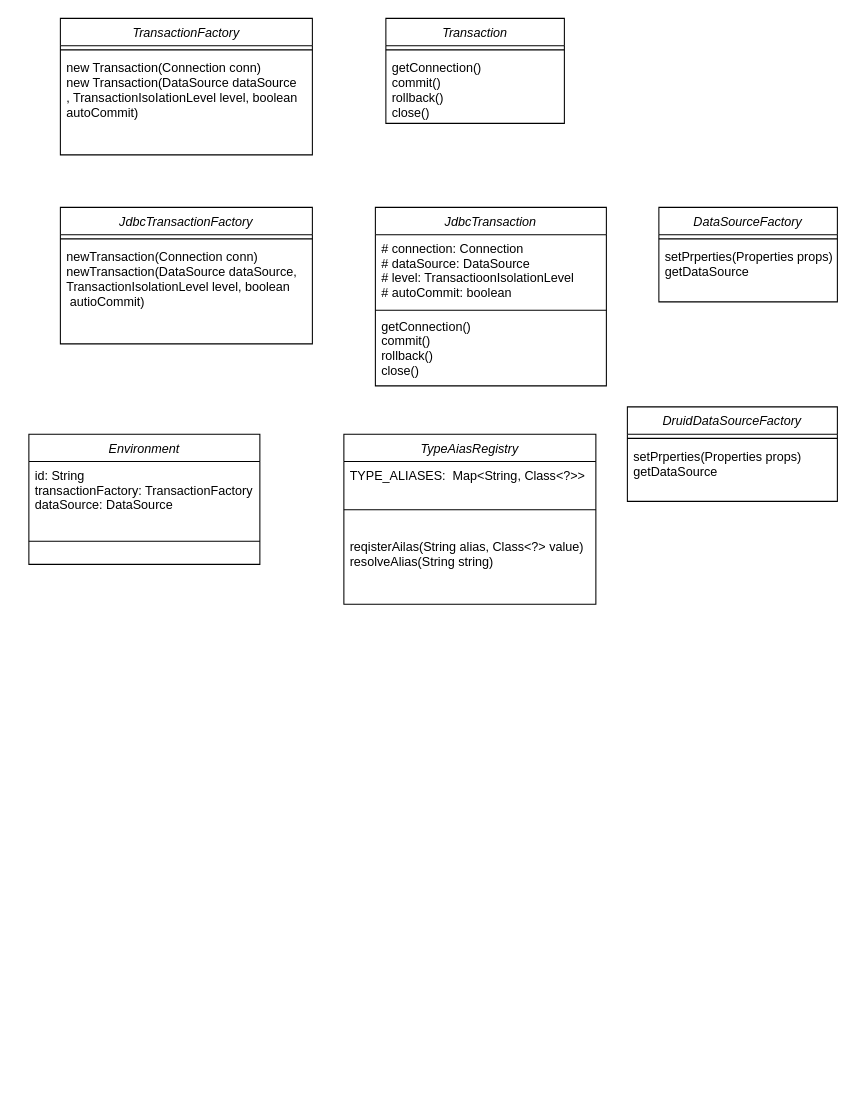
Above: 未命名绘图.drawio in weixiaojian/draw-io-lib (draw.io), before the change. Source tidied: cells renumbered, new cells numbered last; positions are measured from the earlier drawing's top-left corner, leaving out a move shared by most shapes. Both pictures are drawn from the tidied source at 105%, with x=0, y=0 at pixel (28, 18).
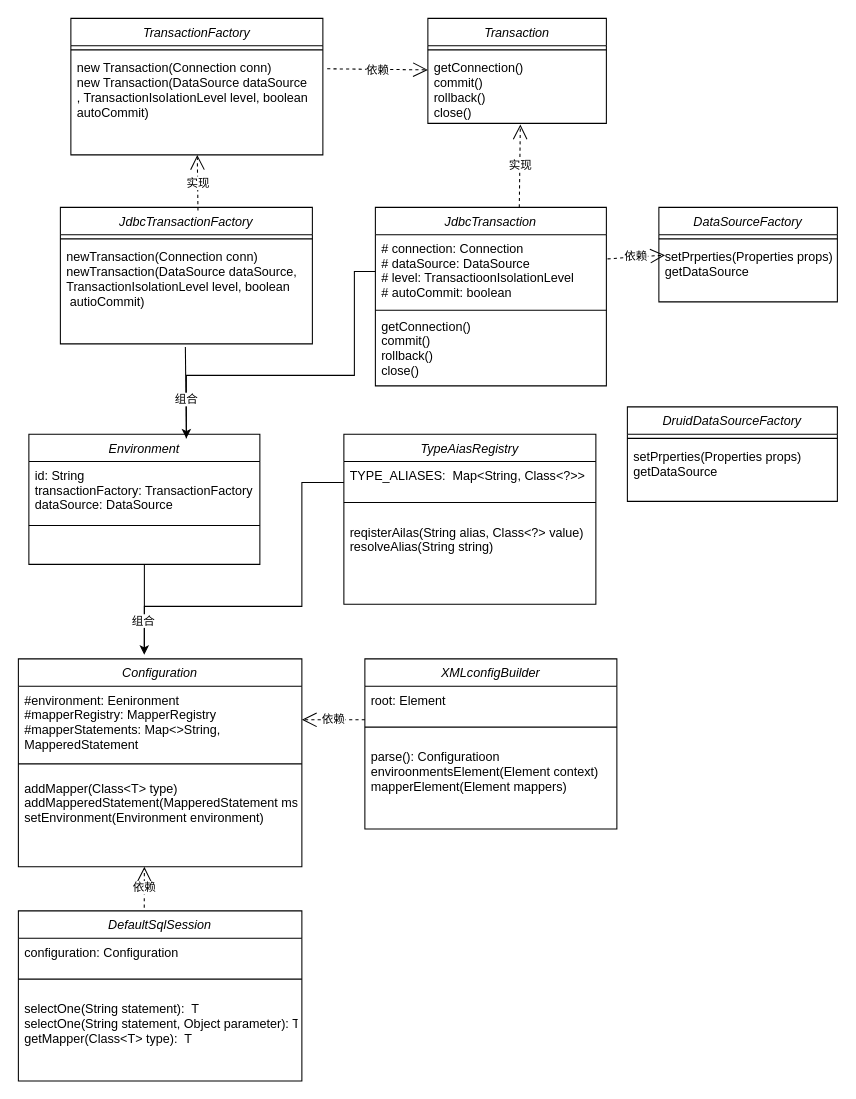
Above is the later version.

Commit message (it also covers changes not shown here):
更新未命名绘图.drawio

Unchanged cells that the change refers to:
```xml
<mxCell id="4" value="new Transaction(Connection conn)&#10;new Transaction(DataSource dataSource&#10;, TransactionIsoIationLevel level, boolean&#10;autoCommit)" style="text;align=left;verticalAlign=top;spacingLeft=4;spacingRight=4;overflow=hidden;points=[[0,0.5],[1,0.5]];portConstraint=eastwest;" parent="2" vertex="1">
  <mxGeometry y="34" width="240" height="96" as="geometry" />
</mxCell>
<mxCell id="7" value="getConnection()&#10;commit()&#10;rollback()&#10;close()&#10;" style="text;align=left;verticalAlign=top;spacingLeft=4;spacingRight=4;overflow=hidden;points=[[0,0.5],[1,0.5]];portConstraint=eastwest;" parent="5" vertex="1">
  <mxGeometry y="34" width="170" height="66" as="geometry" />
</mxCell>
<mxCell id="8" value="JdbcTransactionFactory" style="swimlane;fontStyle=2;align=center;verticalAlign=top;horizontal=1;startSize=26;rounded=0;shadow=0;strokeWidth=1;" parent="1" vertex="1">
  <mxGeometry x="30" y="180" width="240" height="130" as="geometry" />
</mxCell>
<mxCell id="10" value="newTransaction(Connection conn)&#10;newTransaction(DataSource dataSource,&#10;TransactionIsolationLevel level, boolean&#10; autioCommit)" style="text;align=left;verticalAlign=top;spacingLeft=4;spacingRight=4;overflow=hidden;points=[[0,0.5],[1,0.5]];portConstraint=eastwest;" parent="8" vertex="1">
  <mxGeometry y="34" width="240" height="96" as="geometry" />
</mxCell>
<mxCell id="11" value="JdbcTransaction" style="swimlane;fontStyle=2;align=center;verticalAlign=top;horizontal=1;startSize=26;rounded=0;shadow=0;strokeWidth=1;" parent="1" vertex="1">
  <mxGeometry x="330" y="180" width="220" height="170" as="geometry" />
</mxCell>
<mxCell id="12" value="# connection: Connection&#10;# dataSource: DataSource&#10;# level: TransactioonIsolationLevel&#10;# autoCommit: boolean" style="text;align=left;verticalAlign=top;spacingLeft=4;spacingRight=4;overflow=hidden;points=[[0,0.5],[1,0.5]];portConstraint=eastwest;" parent="11" vertex="1">
  <mxGeometry y="26" width="220" height="70" as="geometry" />
</mxCell>
<mxCell id="21" value="Environment" style="swimlane;fontStyle=2;align=center;verticalAlign=top;horizontal=1;startSize=26;rounded=0;shadow=0;strokeWidth=1;" parent="1" vertex="1">
  <mxGeometry y="396" width="220" height="124" as="geometry" />
</mxCell>
<mxCell id="24" value="TypeAiasRegistry" style="swimlane;fontStyle=2;align=center;verticalAlign=top;horizontal=1;startSize=26;rounded=0;shadow=0;strokeWidth=1;" parent="1" vertex="1">
  <mxGeometry x="300" y="396" width="240" height="162" as="geometry" />
</mxCell>
<mxCell id="25" value="TYPE_ALIASES:  Map&lt;String, Class&lt;?&gt;&gt;" style="text;align=left;verticalAlign=top;spacingLeft=4;spacingRight=4;overflow=hidden;points=[[0,0.5],[1,0.5]];portConstraint=eastwest;" parent="24" vertex="1">
  <mxGeometry y="26" width="240" height="24" as="geometry" />
</mxCell>
```

Change to the diagram source:
```diff
@@
     <mxCell id="2" value="TransactionFactory" style="swimlane;fontStyle=2;align=center;verticalAlign=top;horizontal=1;startSize=26;rounded=0;shadow=0;strokeWidth=1;" parent="1" vertex="1">
-      <mxGeometry x="30" width="240" height="130" as="geometry" />
+      <mxGeometry x="40" width="240" height="130" as="geometry" />
     </mxCell>
@@
     <mxCell id="5" value="Transaction" style="swimlane;fontStyle=2;align=center;verticalAlign=top;horizontal=1;startSize=26;rounded=0;shadow=0;strokeWidth=1;" parent="1" vertex="1">
-      <mxGeometry x="340" width="170" height="100" as="geometry" />
+      <mxGeometry x="380" width="170" height="100" as="geometry" />
     </mxCell>
@@
     <mxCell id="22" value="id: String&#10;transactionFactory: TransactionFactory&#10;dataSource: DataSource" style="text;align=left;verticalAlign=top;spacingLeft=4;spacingRight=4;overflow=hidden;" parent="21" vertex="1">
-      <mxGeometry y="26" width="220" height="54" as="geometry" />
+      <mxGeometry y="26" width="220" height="44" as="geometry" />
     </mxCell>
     <mxCell id="23" style="line;html=1;strokeWidth=1;align=left;verticalAlign=middle;spacingTop=-1;spacingLeft=3;spacingRight=3;labelPosition=right;" parent="21" vertex="1">
-      <mxGeometry y="80" width="220" height="44" as="geometry" />
+      <mxGeometry y="70" width="220" height="34" as="geometry" />
     </mxCell>
@@
     <mxCell id="26" style="line;html=1;strokeWidth=1;align=left;verticalAlign=middle;spacingTop=-1;spacingLeft=3;spacingRight=3;labelPosition=right;" parent="24" vertex="1">
-      <mxGeometry y="50" width="240" height="44" as="geometry" />
+      <mxGeometry y="50" width="240" height="30" as="geometry" />
     </mxCell>
     <mxCell id="27" value="reqisterAilas(String alias, Class&lt;?&gt; value)&#10;resolveAlias(String string)" style="text;align=left;verticalAlign=top;spacingLeft=4;spacingRight=4;overflow=hidden;" parent="24" vertex="1">
-      <mxGeometry y="94" width="240" height="46" as="geometry" />
+      <mxGeometry y="80" width="240" height="46" as="geometry" />
     </mxCell>
+    <mxCell id="28" value="Configuration" style="swimlane;fontStyle=2;align=center;verticalAlign=top;horizontal=1;startSize=26;rounded=0;shadow=0;strokeWidth=1;" parent="1" vertex="1">
+      <mxGeometry x="-10" y="610" width="270" height="198" as="geometry" />
+    </mxCell>
+    <mxCell id="29" value="#environment: Eenironment&#10;#mapperRegistry: MapperRegistry&#10;#mapperStatements: Map&lt;&gt;String, &#10;MapperedStatement" style="text;align=left;verticalAlign=top;spacingLeft=4;spacingRight=4;overflow=hidden;points=[[0,0.5],[1,0.5]];portConstraint=eastwest;" parent="28" vertex="1">
+      <mxGeometry y="26" width="270" height="64" as="geometry" />
+    </mxCell>
+    <mxCell id="30" style="line;html=1;strokeWidth=1;align=left;verticalAlign=middle;spacingTop=-1;spacingLeft=3;spacingRight=3;labelPosition=right;" parent="28" vertex="1">
+      <mxGeometry y="90" width="270" height="20" as="geometry" />
+    </mxCell>
+    <mxCell id="31" value="addMapper(Class&lt;T&gt; type)&#10;addMapperedStatement(MapperedStatement ms)&#10;setEnvironment(Environment environment)" style="text;align=left;verticalAlign=top;spacingLeft=4;spacingRight=4;overflow=hidden;" parent="28" vertex="1">
+      <mxGeometry y="110" width="270" height="64" as="geometry" />
+    </mxCell>
+    <mxCell id="32" value="XMLconfigBuilder" style="swimlane;fontStyle=2;align=center;verticalAlign=top;horizontal=1;startSize=26;rounded=0;shadow=0;strokeWidth=1;" parent="1" vertex="1">
+      <mxGeometry x="320" y="610" width="240" height="162" as="geometry" />
+    </mxCell>
+    <mxCell id="33" value="root: Element" style="text;align=left;verticalAlign=top;spacingLeft=4;spacingRight=4;overflow=hidden;" parent="32" vertex="1">
+      <mxGeometry y="26" width="240" height="24" as="geometry" />
+    </mxCell>
+    <mxCell id="34" style="line;html=1;strokeWidth=1;align=left;verticalAlign=middle;spacingTop=-1;spacingLeft=3;spacingRight=3;labelPosition=right;" parent="32" vertex="1">
+      <mxGeometry y="50" width="240" height="30" as="geometry" />
+    </mxCell>
+    <mxCell id="35" value="parse(): Configuratioon&#10;enviroonmentsElement(Element context)&#10;mapperElement(Element mappers)" style="text;align=left;verticalAlign=top;spacingLeft=4;spacingRight=4;overflow=hidden;" parent="32" vertex="1">
+      <mxGeometry y="80" width="240" height="60" as="geometry" />
+    </mxCell>
+    <mxCell id="36" value="DefaultSqlSession" style="swimlane;fontStyle=2;align=center;verticalAlign=top;horizontal=1;startSize=26;rounded=0;shadow=0;strokeWidth=1;" parent="1" vertex="1">
+      <mxGeometry x="-10" y="850" width="270" height="162" as="geometry" />
+    </mxCell>
+    <mxCell id="37" value="configuration: Configuration" style="text;align=left;verticalAlign=top;spacingLeft=4;spacingRight=4;overflow=hidden;" parent="36" vertex="1">
+      <mxGeometry y="26" width="270" height="24" as="geometry" />
+    </mxCell>
+    <mxCell id="38" style="line;html=1;strokeWidth=1;align=left;verticalAlign=middle;spacingTop=-1;spacingLeft=3;spacingRight=3;labelPosition=right;" parent="36" vertex="1">
+      <mxGeometry y="50" width="270" height="30" as="geometry" />
+    </mxCell>
+    <mxCell id="39" value="selectOne(String statement):  T&#10;selectOne(String statement, Object parameter): T&#10;getMapper(Class&lt;T&gt; type):  T" style="text;align=left;verticalAlign=top;spacingLeft=4;spacingRight=4;overflow=hidden;" parent="36" vertex="1">
+      <mxGeometry y="80" width="270" height="60" as="geometry" />
+    </mxCell>
+    <mxCell id="40" value="依赖" style="endArrow=open;endSize=12;dashed=1;html=1;rounded=0;exitX=1.017;exitY=0.146;exitDx=0;exitDy=0;exitPerimeter=0;" parent="1" edge="1" source="4" target="5">
+      <mxGeometry relative="1" as="geometry" />
+    </mxCell>
+    <mxCell id="41" value="实现" style="endArrow=open;endSize=12;dashed=1;html=1;rounded=0;exitX=0.623;exitY=0;exitDx=0;exitDy=0;exitPerimeter=0;entryX=0.518;entryY=1.015;entryDx=0;entryDy=0;entryPerimeter=0;" parent="1" edge="1" source="11" target="7">
+      <mxGeometry relative="1" as="geometry" />
+    </mxCell>
+    <mxCell id="42" value="实现" style="endArrow=open;endSize=12;dashed=1;html=1;rounded=0;exitX=0.546;exitY=0.023;exitDx=0;exitDy=0;exitPerimeter=0;entryX=0.518;entryY=1.015;entryDx=0;entryDy=0;entryPerimeter=0;" parent="1" edge="1" source="8">
+      <mxGeometry relative="1" as="geometry">
+        <mxPoint x="160.4" y="130" as="targetPoint" />
+      </mxGeometry>
+    </mxCell>
+    <mxCell id="43" value="依赖" style="endArrow=open;endSize=12;dashed=1;html=1;rounded=0;exitX=1.005;exitY=0.329;exitDx=0;exitDy=0;exitPerimeter=0;" parent="1" edge="1" source="12">
+      <mxGeometry relative="1" as="geometry">
+        <mxPoint x="605.9" y="225.5" as="targetPoint" />
+      </mxGeometry>
+    </mxCell>
+    <mxCell id="44" style="endArrow=classic;html=1;rounded=0;exitX=0;exitY=0.5;exitDx=0;exitDy=0;" parent="1" edge="1" source="12">
+      <mxGeometry relative="1" as="geometry">
+        <mxPoint x="150" y="400" as="targetPoint" />
+        <Array as="points">
+          <mxPoint x="310" y="241" />
+          <mxPoint x="310" y="340" />
+          <mxPoint x="150" y="340" />
+        </Array>
+      </mxGeometry>
+    </mxCell>
+    <mxCell id="45" style="endArrow=none;html=1;rounded=0;entryX=0.496;entryY=1.031;entryDx=0;entryDy=0;entryPerimeter=0;" parent="1" edge="1" target="10">
+      <mxGeometry relative="1" as="geometry">
+        <mxPoint x="150" y="400" as="sourcePoint" />
+      </mxGeometry>
+    </mxCell>
+    <mxCell id="46" value="组合" style="edgeLabel;html=1;align=center;verticalAlign=middle;" parent="45" vertex="1">
+      <mxGeometry x="-0.13" relative="1" as="geometry" />
+    </mxCell>
+    <mxCell id="47" value="依赖" style="endArrow=open;endSize=12;dashed=1;html=1;rounded=0;entryX=1;entryY=0.5;entryDx=0;entryDy=0;" parent="1" edge="1" target="29">
+      <mxGeometry relative="1" as="geometry">
+        <mxPoint x="320" y="668" as="sourcePoint" />
+      </mxGeometry>
+    </mxCell>
+    <mxCell id="48" style="endArrow=classic;html=1;rounded=0;exitX=0;exitY=0.833;exitDx=0;exitDy=0;exitPerimeter=0;entryX=0.444;entryY=-0.02;entryDx=0;entryDy=0;entryPerimeter=0;" parent="1" edge="1" source="25" target="28">
+      <mxGeometry relative="1" as="geometry">
+        <Array as="points">
+          <mxPoint x="260" y="442" />
+          <mxPoint x="260" y="560" />
+          <mxPoint x="110" y="560" />
+        </Array>
+      </mxGeometry>
+    </mxCell>
+    <mxCell id="49" style="endArrow=none;html=1;rounded=0;" parent="1" edge="1">
+      <mxGeometry relative="1" as="geometry">
+        <mxPoint x="110" y="600" as="sourcePoint" />
+        <mxPoint x="110" y="520" as="targetPoint" />
+      </mxGeometry>
+    </mxCell>
+    <mxCell id="50" value="组合" style="edgeLabel;html=1;align=center;verticalAlign=middle;" parent="49" vertex="1">
+      <mxGeometry x="-0.33" y="2" relative="1" as="geometry" />
+    </mxCell>
+    <mxCell id="51" value="依赖" style="endArrow=open;endSize=12;dashed=1;html=1;rounded=0;exitX=0.444;exitY=-0.019;exitDx=0;exitDy=0;exitPerimeter=0;" parent="1" edge="1" source="36">
+      <mxGeometry relative="1" as="geometry">
+        <mxPoint x="110" y="808" as="targetPoint" />
+      </mxGeometry>
+    </mxCell>
```
